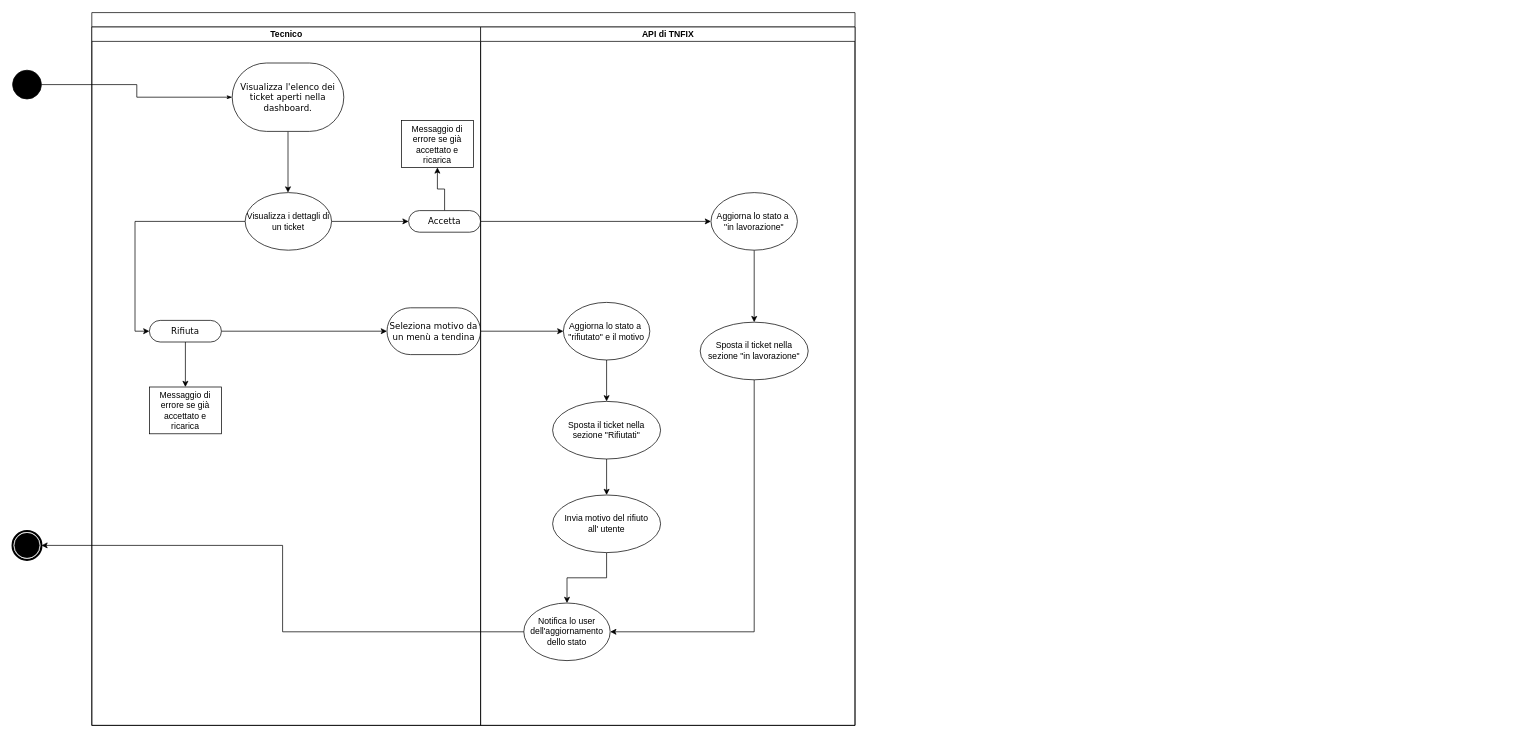
The draw.io diagram Documentazione/UseCaseBarre.drawio in AleRoncato/Unitn-IS-TnFix, before the edit. Source tidied: cells renumbered, new cells numbered last; positions are measured from the earlier drawing's top-left corner, leaving out a move shared by most shapes. Both pictures are drawn from the tidied source at 72%, with x=0, y=0 at pixel (12, 12).
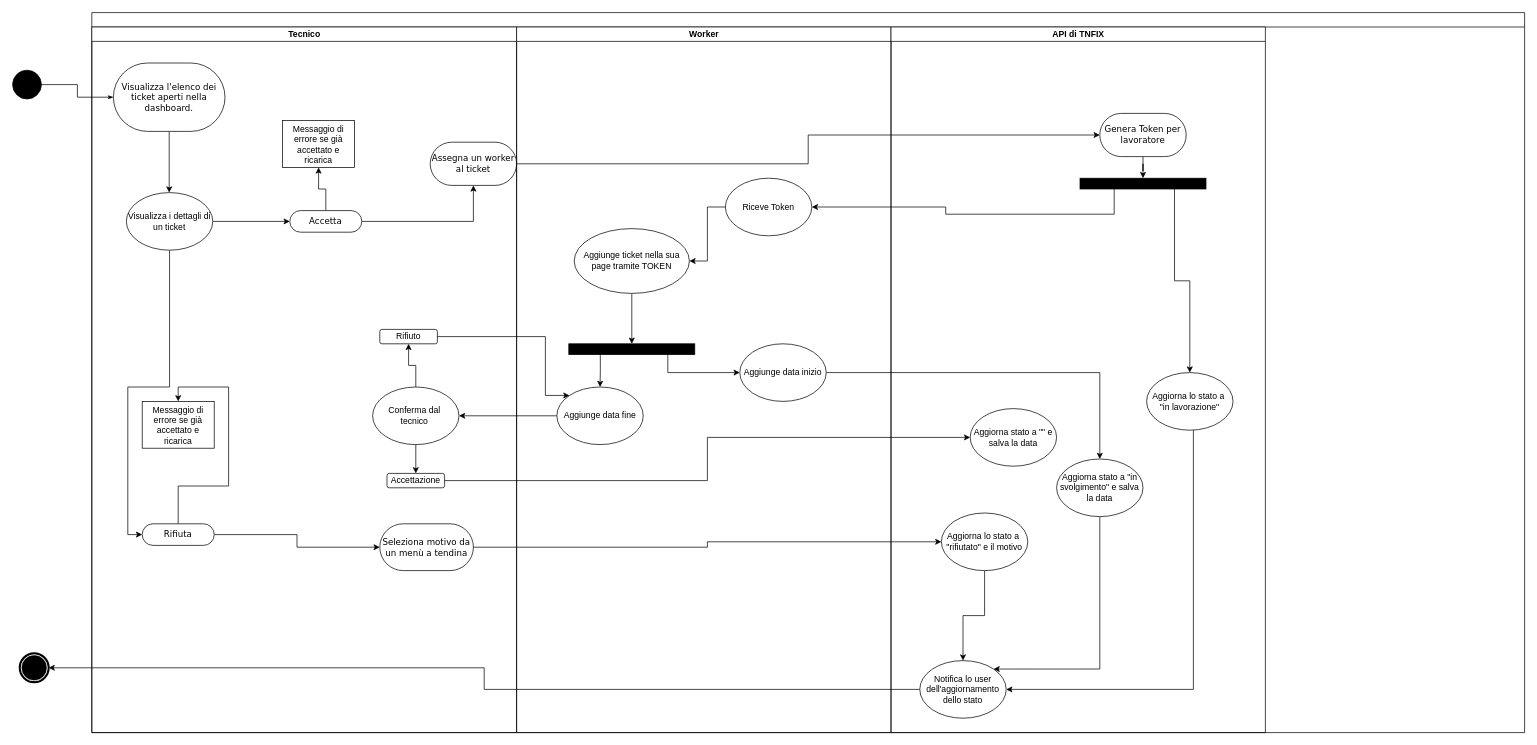
The same diagram, later.

What changed in the source:
```diff
@@
     <mxCell id="2" style="swimlane;html=1;startSize=20;rounded=0;shadow=0;comic=0;labelBackgroundColor=none;strokeWidth=1;fontFamily=Verdana;fontSize=12;align=center;" parent="1" vertex="1">
-      <mxGeometry x="110" width="1060" height="990" as="geometry" />
+      <mxGeometry x="110" width="1990" height="1000" as="geometry" />
     </mxCell>
     <mxCell id="3" value="Tecnico" style="swimlane;html=1;startSize=20;" parent="2" vertex="1">
-      <mxGeometry y="20" width="540" height="970" as="geometry" />
+      <mxGeometry y="20" width="590" height="980" as="geometry" />
     </mxCell>
     <mxCell id="4" style="edgeStyle=orthogonalEdgeStyle;rounded=0;jettySize=auto;html=1;" parent="3" edge="1" source="5">
       <mxGeometry relative="1" as="geometry">
-        <mxPoint x="272.5" y="230" as="targetPoint" />
+        <mxPoint x="107.5" y="230" as="targetPoint" />
       </mxGeometry>
     </mxCell>
     <mxCell id="5" value="Visualizza l'elenco dei ticket aperti nella dashboard." style="rounded=1;whiteSpace=wrap;html=1;shadow=0;comic=0;labelBackgroundColor=none;strokeWidth=1;fontFamily=Verdana;fontSize=12;align=center;arcSize=50;" parent="3" vertex="1">
-      <mxGeometry x="195" y="50" width="155" height="95" as="geometry" />
+      <mxGeometry x="30" y="50" width="155" height="95" as="geometry" />
     </mxCell>
@@
     <mxCell id="8" value="Visualizza i dettagli di un ticket" style="ellipse;whiteSpace=wrap;html=1;" parent="3" vertex="1">
-      <mxGeometry x="213" y="230" width="120" height="80" as="geometry" />
+      <mxGeometry x="48" y="230" width="120" height="80" as="geometry" />
     </mxCell>
@@
+    <mxCell id="35" style="edgeStyle=orthogonalEdgeStyle;rounded=0;jettySize=auto;html=1;" parent="3" edge="1" source="10" target="36">
+      <mxGeometry relative="1" as="geometry" />
+    </mxCell>
     <mxCell id="10" value="Accetta" style="rounded=1;whiteSpace=wrap;html=1;shadow=0;comic=0;labelBackgroundColor=none;strokeWidth=1;fontFamily=Verdana;fontSize=12;align=center;arcSize=50;" parent="3" vertex="1">
-      <mxGeometry x="440" y="255" width="100" height="30" as="geometry" />
+      <mxGeometry x="275" y="255" width="100" height="30" as="geometry" />
     </mxCell>
@@
     <mxCell id="13" value="Rifiuta" style="rounded=1;whiteSpace=wrap;html=1;shadow=0;comic=0;labelBackgroundColor=none;strokeWidth=1;fontFamily=Verdana;fontSize=12;align=center;arcSize=50;" parent="3" vertex="1">
-      <mxGeometry x="80" y="407.5" width="100" height="30" as="geometry" />
+      <mxGeometry x="70" y="690" width="100" height="30" as="geometry" />
     </mxCell>
     <mxCell id="14" value="Seleziona motivo da un menù a tendina" style="whiteSpace=wrap;html=1;fontFamily=Verdana;rounded=1;shadow=0;comic=0;labelBackgroundColor=none;strokeWidth=1;arcSize=50;" parent="3" vertex="1">
-      <mxGeometry x="410" y="390" width="130" height="65" as="geometry" />
+      <mxGeometry x="400" y="690" width="130" height="65" as="geometry" />
     </mxCell>
     <mxCell id="15" value="Messaggio di errore se già accettato e ricarica" style="rounded=0;whiteSpace=wrap;html=1;" parent="3" vertex="1">
-      <mxGeometry x="430" y="130" width="100" height="65" as="geometry" />
+      <mxGeometry x="265" y="130" width="100" height="65" as="geometry" />
     </mxCell>
     <mxCell id="16" value="Messaggio di errore se già accettato e ricarica" style="rounded=0;whiteSpace=wrap;html=1;" parent="3" vertex="1">
-      <mxGeometry x="80" y="500" width="100" height="65" as="geometry" />
+      <mxGeometry x="70" y="520" width="100" height="65" as="geometry" />
     </mxCell>
+    <mxCell id="36" value="Assegna un worker al ticket" style="whiteSpace=wrap;html=1;fontFamily=Verdana;rounded=1;shadow=0;comic=0;labelBackgroundColor=none;strokeWidth=1;arcSize=50;" parent="3" vertex="1">
+      <mxGeometry x="470" y="160" width="120" height="60" as="geometry" />
+    </mxCell>
+    <mxCell id="37" style="edgeStyle=orthogonalEdgeStyle;rounded=0;jettySize=auto;html=1;exitX=0.5;exitY=1;exitDx=0;exitDy=0;entryX=0.5;entryY=0;entryDx=0;entryDy=0;" parent="3" edge="1" source="38" target="41">
+      <mxGeometry relative="1" as="geometry" />
+    </mxCell>
+    <mxCell id="38" value="Conferma dal&amp;nbsp;&lt;div&gt;tecnico&amp;nbsp;&lt;/div&gt;" style="ellipse;whiteSpace=wrap;html=1;" parent="3" vertex="1">
+      <mxGeometry x="390" y="500" width="120" height="80" as="geometry" />
+    </mxCell>
+    <mxCell id="39" value="Rifiuto" style="rounded=1;whiteSpace=wrap;html=1;" parent="3" vertex="1">
+      <mxGeometry x="400" y="420" width="80" height="20" as="geometry" />
+    </mxCell>
+    <mxCell id="40" style="edgeStyle=orthogonalEdgeStyle;rounded=0;jettySize=auto;html=1;" parent="3" edge="1" source="38" target="39">
+      <mxGeometry relative="1" as="geometry" />
+    </mxCell>
+    <mxCell id="41" value="Accettazione" style="rounded=1;whiteSpace=wrap;html=1;" parent="3" vertex="1">
+      <mxGeometry x="410" y="620" width="80" height="20" as="geometry" />
+    </mxCell>
+    <mxCell id="42" value="Worker" style="swimlane;html=1;startSize=20;" parent="2" vertex="1">
+      <mxGeometry x="590" y="20" width="520" height="980" as="geometry" />
+    </mxCell>
+    <mxCell id="43" style="edgeStyle=orthogonalEdgeStyle;rounded=0;jettySize=auto;html=1;" parent="42" edge="1" source="44" target="46">
+      <mxGeometry relative="1" as="geometry" />
+    </mxCell>
+    <mxCell id="44" value="Riceve Token" style="ellipse;whiteSpace=wrap;html=1;" parent="42" vertex="1">
+      <mxGeometry x="290" y="210" width="120" height="80" as="geometry" />
+    </mxCell>
+    <mxCell id="45" style="edgeStyle=orthogonalEdgeStyle;rounded=0;jettySize=auto;html=1;exitX=0.5;exitY=1;exitDx=0;exitDy=0;entryX=0.5;entryY=0;entryDx=0;entryDy=0;" parent="42" edge="1" source="46" target="47">
+      <mxGeometry relative="1" as="geometry" />
+    </mxCell>
+    <mxCell id="46" value="Aggiunge ticket&amp;nbsp;nella sua page tramite TOKEN" style="ellipse;whiteSpace=wrap;html=1;" parent="42" vertex="1">
+      <mxGeometry x="80" y="280" width="160" height="90" as="geometry" />
+    </mxCell>
+    <mxCell id="47" style="rounded=0;whiteSpace=wrap;html=1;fillStyle=solid;fillColor=#000000;" parent="42" vertex="1">
+      <mxGeometry x="72.5" y="440" width="175" height="15" as="geometry" />
+    </mxCell>
+    <mxCell id="30" style="edgeStyle=orthogonalEdgeStyle;rounded=0;jettySize=auto;html=1;entryX=0;entryY=0.5;entryDx=0;entryDy=0;" parent="2" edge="1" source="14" target="24">
+      <mxGeometry relative="1" as="geometry" />
+    </mxCell>
+    <mxCell id="48" style="edgeStyle=orthogonalEdgeStyle;rounded=0;jettySize=auto;html=1;exitX=1;exitY=0.5;exitDx=0;exitDy=0;entryX=0;entryY=0.5;entryDx=0;entryDy=0;" parent="2" edge="1" source="36" target="50">
+      <mxGeometry relative="1" as="geometry" />
+    </mxCell>
     <mxCell id="17" value="API di TNFIX" style="swimlane;html=1;startSize=20;" parent="2" vertex="1">
-      <mxGeometry x="540" y="20" width="520" height="970" as="geometry" />
+      <mxGeometry x="1110" y="20" width="520" height="980" as="geometry" />
     </mxCell>
-    <mxCell id="18" style="edgeStyle=orthogonalEdgeStyle;rounded=0;jettySize=auto;html=1;entryX=0.5;entryY=0;entryDx=0;entryDy=0;" parent="17" edge="1" source="19" target="22">
-      <mxGeometry relative="1" as="geometry" />
+    <mxCell id="18" style="edgeStyle=orthogonalEdgeStyle;rounded=0;jettySize=auto;html=1;" parent="17" edge="1" source="19" target="20">
+      <mxGeometry relative="1" as="geometry">
+        <Array as="points">
+          <mxPoint x="420" y="920" />
+        </Array>
+      </mxGeometry>
     </mxCell>
     <mxCell id="19" value="Aggiorna lo stato a&amp;nbsp;&lt;div&gt;&quot;in lavorazione&quot;&lt;/div&gt;" style="ellipse;whiteSpace=wrap;html=1;" parent="17" vertex="1">
-      <mxGeometry x="320" y="230" width="120" height="80" as="geometry" />
+      <mxGeometry x="355" y="480" width="120" height="80" as="geometry" />
     </mxCell>
     <mxCell id="20" value="Notifica lo user dell'aggiornamento dello stato" style="ellipse;whiteSpace=wrap;html=1;" parent="17" vertex="1">
-      <mxGeometry x="60" y="800" width="120" height="80" as="geometry" />
+      <mxGeometry x="40" y="880" width="120" height="80" as="geometry" />
     </mxCell>
-    <mxCell id="21" style="edgeStyle=orthogonalEdgeStyle;rounded=0;jettySize=auto;html=1;exitX=0.5;exitY=1;exitDx=0;exitDy=0;entryX=1;entryY=0.5;entryDx=0;entryDy=0;" parent="17" edge="1" source="22" target="20">
-      <mxGeometry relative="1" as="geometry" />
-    </mxCell>
-    <mxCell id="22" value="Sposta il ticket nella sezione &quot;in lavorazione&quot;" style="ellipse;whiteSpace=wrap;html=1;" parent="17" vertex="1">
-      <mxGeometry x="305" y="410" width="150" height="80" as="geometry" />
-    </mxCell>
-    <mxCell id="23" style="edgeStyle=orthogonalEdgeStyle;rounded=0;jettySize=auto;html=1;entryX=0.5;entryY=0;entryDx=0;entryDy=0;" parent="17" edge="1" source="24" target="26">
+    <mxCell id="23" style="edgeStyle=orthogonalEdgeStyle;rounded=0;jettySize=auto;html=1;entryX=0.5;entryY=0;entryDx=0;entryDy=0;" parent="17" edge="1" source="24" target="20">
       <mxGeometry relative="1" as="geometry" />
     </mxCell>
     <mxCell id="24" value="Aggiorna lo stato a&amp;nbsp;&lt;div&gt;&quot;rifiutato&quot; e il motivo&lt;/div&gt;" style="ellipse;whiteSpace=wrap;html=1;" parent="17" vertex="1">
-      <mxGeometry x="115" y="382.5" width="120" height="80" as="geometry" />
+      <mxGeometry x="70" y="675" width="120" height="80" as="geometry" />
     </mxCell>
-    <mxCell id="25" style="edgeStyle=orthogonalEdgeStyle;rounded=0;jettySize=auto;html=1;entryX=0.5;entryY=0;entryDx=0;entryDy=0;" parent="17" edge="1" source="26" target="28">
-      <mxGeometry relative="1" as="geometry" />
-    </mxCell>
-    <mxCell id="26" value="Sposta il ticket nella sezione &quot;Rifiutati&quot;" style="ellipse;whiteSpace=wrap;html=1;" parent="17" vertex="1">
-      <mxGeometry x="100" y="520" width="150" height="80" as="geometry" />
-    </mxCell>
-    <mxCell id="27" style="edgeStyle=orthogonalEdgeStyle;rounded=0;jettySize=auto;html=1;entryX=0.5;entryY=0;entryDx=0;entryDy=0;" parent="17" edge="1" source="28" target="20">
-      <mxGeometry relative="1" as="geometry" />
-    </mxCell>
-    <mxCell id="28" value="Invia motivo del rifiuto&lt;div&gt;all' utente&lt;/div&gt;" style="ellipse;whiteSpace=wrap;html=1;" parent="17" vertex="1">
-      <mxGeometry x="100" y="650" width="150" height="80" as="geometry" />
-    </mxCell>
-    <mxCell id="29" style="edgeStyle=orthogonalEdgeStyle;rounded=0;jettySize=auto;html=1;entryX=0;entryY=0.5;entryDx=0;entryDy=0;" parent="2" edge="1" source="10" target="19">
-      <mxGeometry relative="1" as="geometry" />
-    </mxCell>
-    <mxCell id="30" style="edgeStyle=orthogonalEdgeStyle;rounded=0;jettySize=auto;html=1;entryX=0;entryY=0.5;entryDx=0;entryDy=0;" parent="2" edge="1" source="14" target="24">
-      <mxGeometry relative="1" as="geometry" />
-    </mxCell>
+    <mxCell id="49" style="edgeStyle=orthogonalEdgeStyle;rounded=0;jettySize=auto;html=1;entryX=0.5;entryY=0;entryDx=0;entryDy=0;" parent="17" edge="1" source="50" target="52">
+      <mxGeometry relative="1" as="geometry" />
+    </mxCell>
+    <mxCell id="50" value="Genera Token per lavoratore" style="whiteSpace=wrap;html=1;fontFamily=Verdana;rounded=1;shadow=0;comic=0;labelBackgroundColor=none;strokeWidth=1;arcSize=50;" parent="17" vertex="1">
+      <mxGeometry x="290" y="120" width="120" height="60" as="geometry" />
+    </mxCell>
+    <mxCell id="51" style="edgeStyle=orthogonalEdgeStyle;rounded=0;jettySize=auto;html=1;exitX=0.75;exitY=1;exitDx=0;exitDy=0;entryX=0.5;entryY=0;entryDx=0;entryDy=0;" parent="17" edge="1" source="52" target="19">
+      <mxGeometry relative="1" as="geometry" />
+    </mxCell>
+    <mxCell id="52" style="rounded=0;whiteSpace=wrap;html=1;fillStyle=solid;fillColor=#000000;" parent="17" vertex="1">
+      <mxGeometry x="262.5" y="210" width="175" height="15" as="geometry" />
+    </mxCell>
+    <mxCell id="53" style="edgeStyle=orthogonalEdgeStyle;rounded=0;jettySize=auto;html=1;entryX=1;entryY=0;entryDx=0;entryDy=0;" parent="17" edge="1" source="54" target="20">
+      <mxGeometry relative="1" as="geometry">
+        <Array as="points">
+          <mxPoint x="290" y="892" />
+        </Array>
+      </mxGeometry>
+    </mxCell>
+    <mxCell id="54" value="Aggiorna stato a &quot;in svolgimento&quot; e salva la data" style="ellipse;whiteSpace=wrap;html=1;" parent="17" vertex="1">
+      <mxGeometry x="230" y="600" width="120" height="80" as="geometry" />
+    </mxCell>
+    <mxCell id="55" style="edgeStyle=orthogonalEdgeStyle;rounded=0;jettySize=auto;html=1;entryX=1;entryY=0.5;entryDx=0;entryDy=0;" parent="2" edge="1" source="52" target="44">
+      <mxGeometry relative="1" as="geometry">
+        <Array as="points">
+          <mxPoint x="1420" y="280" />
+          <mxPoint x="1186" y="280" />
+          <mxPoint x="1186" y="270" />
+        </Array>
+      </mxGeometry>
+    </mxCell>
@@
     <mxCell id="33" style="shape=mxgraph.bpmn.shape;html=1;verticalLabelPosition=bottom;labelBackgroundColor=#ffffff;verticalAlign=top;perimeter=ellipsePerimeter;outline=end;symbol=terminate;rounded=0;shadow=0;comic=0;strokeWidth=1;fontFamily=Verdana;fontSize=12;align=center;" parent="1" vertex="1">
-      <mxGeometry y="720" width="40" height="40" as="geometry" />
+      <mxGeometry x="10" y="890" width="40" height="40" as="geometry" />
     </mxCell>
@@
+    <mxCell id="56" style="edgeStyle=orthogonalEdgeStyle;rounded=0;jettySize=auto;html=1;" parent="1" edge="1" source="57" target="54">
+      <mxGeometry relative="1" as="geometry" />
+    </mxCell>
+    <mxCell id="57" value="Aggiunge data inizio" style="ellipse;whiteSpace=wrap;html=1;" parent="1" vertex="1">
+      <mxGeometry x="1010" y="460" width="120" height="80" as="geometry" />
+    </mxCell>
+    <mxCell id="58" style="edgeStyle=orthogonalEdgeStyle;rounded=0;jettySize=auto;html=1;" parent="1" edge="1" source="47" target="57">
+      <mxGeometry relative="1" as="geometry">
+        <Array as="points">
+          <mxPoint x="910" y="500" />
+        </Array>
+      </mxGeometry>
+    </mxCell>
+    <mxCell id="59" style="edgeStyle=orthogonalEdgeStyle;rounded=0;jettySize=auto;html=1;" parent="1" edge="1" source="60" target="38">
+      <mxGeometry relative="1" as="geometry" />
+    </mxCell>
+    <mxCell id="60" value="Aggiunge data fine" style="ellipse;whiteSpace=wrap;html=1;" parent="1" vertex="1">
+      <mxGeometry x="755.9" y="520" width="120" height="80" as="geometry" />
+    </mxCell>
+    <mxCell id="61" style="edgeStyle=orthogonalEdgeStyle;rounded=0;jettySize=auto;html=1;exitX=0.25;exitY=1;exitDx=0;exitDy=0;" parent="1" edge="1" source="47" target="60">
+      <mxGeometry relative="1" as="geometry" />
+    </mxCell>
+    <mxCell id="62" style="edgeStyle=orthogonalEdgeStyle;rounded=0;jettySize=auto;html=1;entryX=0;entryY=0;entryDx=0;entryDy=0;" parent="1" edge="1" source="39" target="60">
+      <mxGeometry relative="1" as="geometry">
+        <Array as="points">
+          <mxPoint x="740" y="450" />
+          <mxPoint x="740" y="532" />
+        </Array>
+      </mxGeometry>
+    </mxCell>
+    <mxCell id="63" value="Aggiorna stato a &quot;&quot; e salva la data" style="ellipse;whiteSpace=wrap;html=1;" parent="1" vertex="1">
+      <mxGeometry x="1330" y="550" width="120" height="80" as="geometry" />
+    </mxCell>
+    <mxCell id="64" style="edgeStyle=orthogonalEdgeStyle;rounded=0;jettySize=auto;html=1;entryX=0;entryY=0.5;entryDx=0;entryDy=0;" parent="1" edge="1" source="41" target="63">
+      <mxGeometry relative="1" as="geometry" />
+    </mxCell>
```
